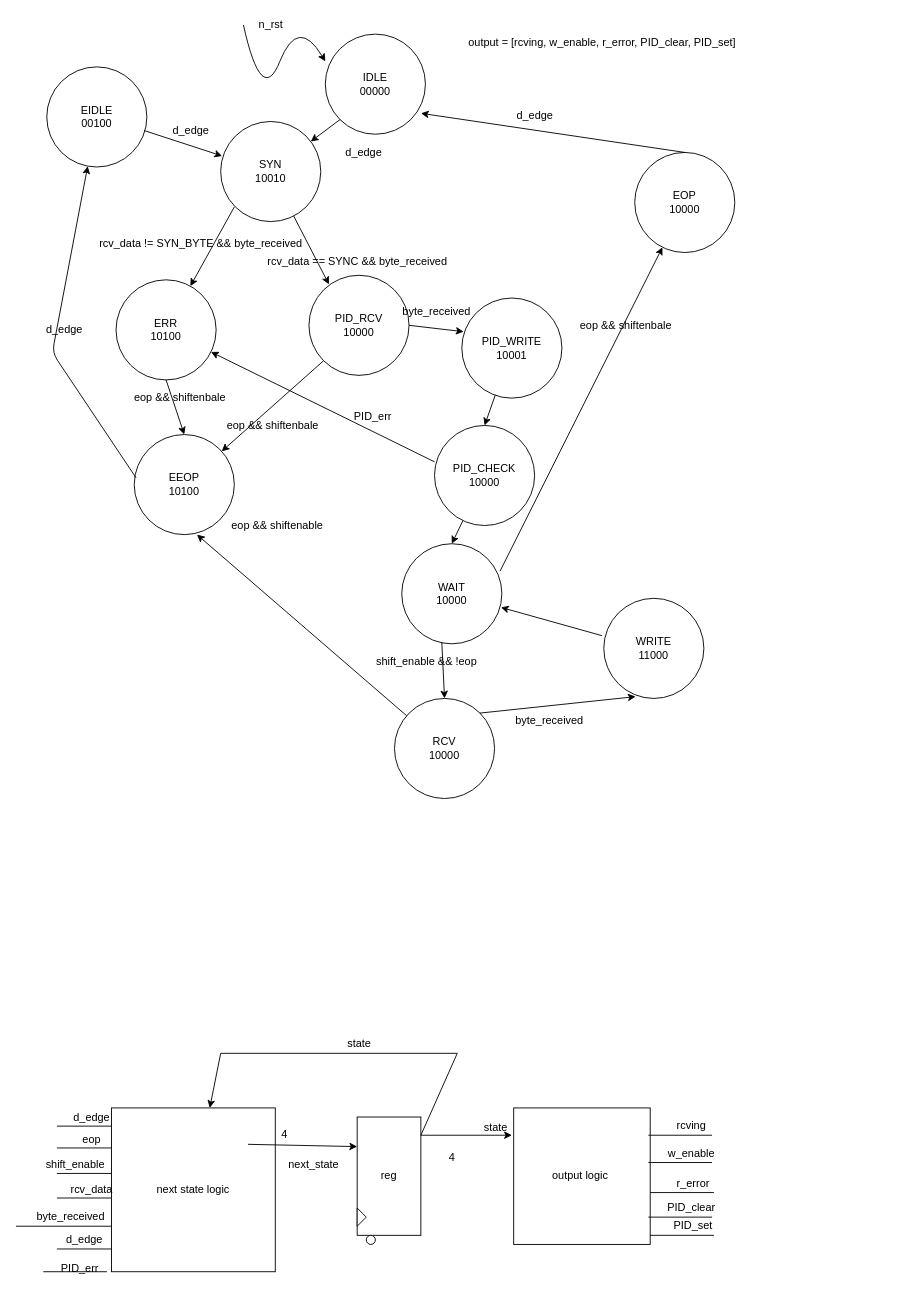
Before: project/docs/RCU_RTL.drawio in Mooyeonkim628/ECE337_ASIC_Design, a draw.io diagram. Source tidied: cells renumbered, new cells numbered last; positions are measured from the earlier drawing's top-left corner, leaving out a move shared by most shapes. Both pictures are drawn from the tidied source at 91%, with x=0, y=0 at pixel (15, 15).
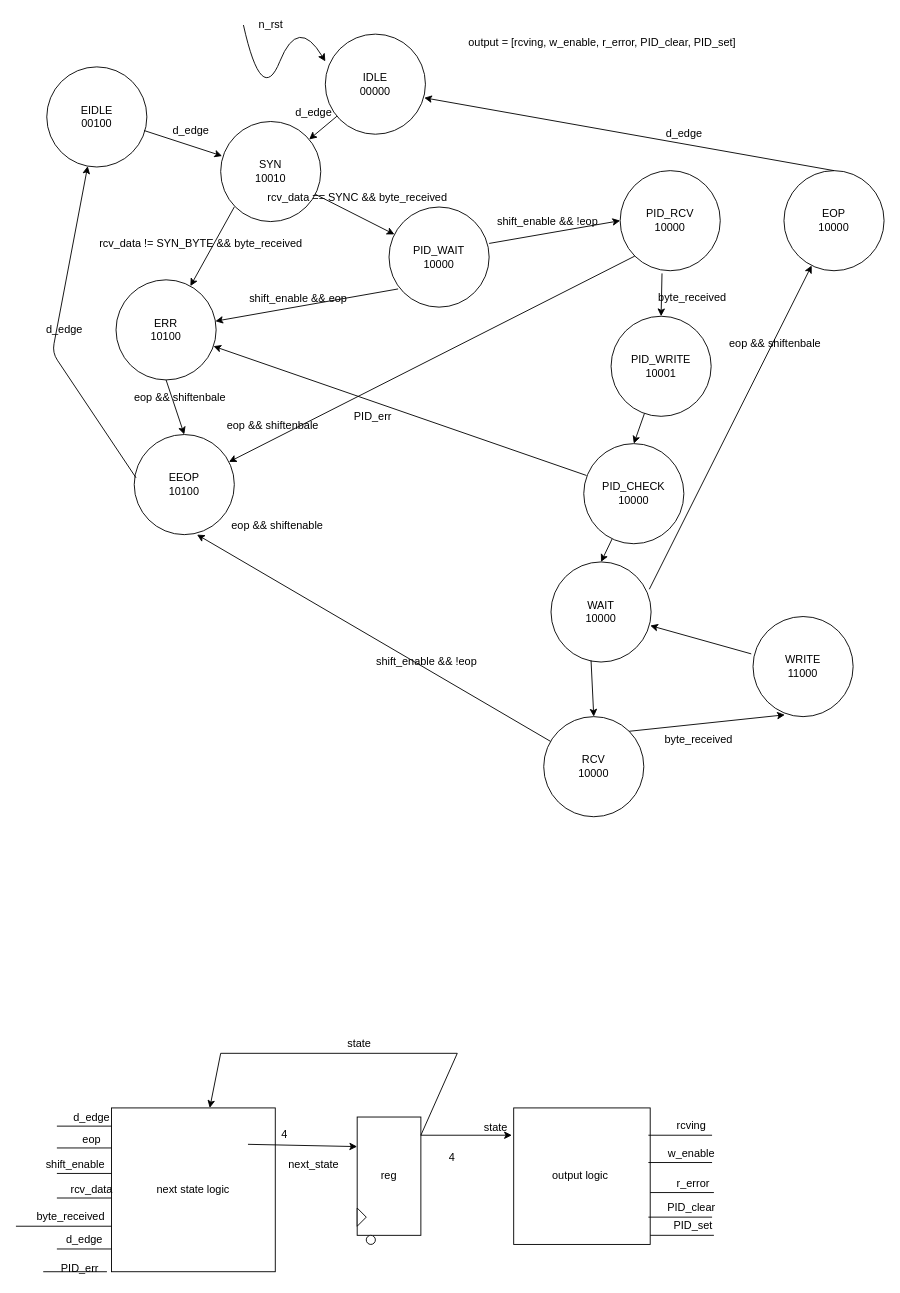
Above is the later version.

Commit message:
modified RTL diagram after debug PID

Unchanged cells that the change refers to:
```xml
<mxCell id="2" value="IDLE&lt;br&gt;00000" style="ellipse;whiteSpace=wrap;html=1;" parent="1" vertex="1">
  <mxGeometry x="340" y="20" width="110" height="110" as="geometry" />
</mxCell>
<mxCell id="4" value="SYN&lt;br&gt;10010" style="ellipse;whiteSpace=wrap;html=1;" parent="1" vertex="1">
  <mxGeometry x="225" y="116" width="110" height="110" as="geometry" />
</mxCell>
<mxCell id="6" value="ERR&lt;br&gt;10100" style="ellipse;whiteSpace=wrap;html=1;" parent="1" vertex="1">
  <mxGeometry x="110" y="290" width="110" height="110" as="geometry" />
</mxCell>
```

The edit, as a diff of the source:
```diff
@@
-    <mxCell id="5" style="endArrow=classic;html=1;exitX=0;exitY=1;exitDx=0;exitDy=0;" parent="1" edge="1" source="2" target="4">
+    <mxCell id="5" style="endArrow=classic;html=1;" parent="1" edge="1" source="2" target="4">
       <mxGeometry relative="1" as="geometry" />
     </mxCell>
@@
-    <mxCell id="7" value="d_edge" style="text;html=1;align=center;verticalAlign=middle;" parent="1" vertex="1">
-      <mxGeometry x="352" y="140" width="60" height="20" as="geometry" />
-    </mxCell>
@@
     <mxCell id="12" value="RCV&lt;br&gt;10000" style="ellipse;whiteSpace=wrap;html=1;" parent="1" vertex="1">
-      <mxGeometry x="416" y="750" width="110" height="110" as="geometry" />
+      <mxGeometry x="580" y="770" width="110" height="110" as="geometry" />
     </mxCell>
@@
-    <mxCell id="15" style="endArrow=classic;html=1;entryX=0.2;entryY=0.091;entryDx=0;entryDy=0;entryPerimeter=0;" parent="1" edge="1" source="4" target="70">
+    <mxCell id="15" style="endArrow=classic;html=1;" parent="1" edge="1" source="4" target="87">
       <mxGeometry relative="1" as="geometry" />
     </mxCell>
     <mxCell id="16" value="WRITE&lt;br&gt;11000" style="ellipse;whiteSpace=wrap;html=1;" parent="1" vertex="1">
-      <mxGeometry x="646" y="640" width="110" height="110" as="geometry" />
+      <mxGeometry x="810" y="660" width="110" height="110" as="geometry" />
     </mxCell>
@@
     <mxCell id="18" value="byte_received" style="text;html=1;align=center;verticalAlign=middle;" parent="1" vertex="1">
-      <mxGeometry x="541" y="765" width="90" height="20" as="geometry" />
+      <mxGeometry x="705" y="785" width="90" height="20" as="geometry" />
     </mxCell>
@@
     <mxCell id="55" value="EOP&lt;br&gt;10000" style="ellipse;whiteSpace=wrap;html=1;" parent="1" vertex="1">
-      <mxGeometry x="680" y="150" width="110" height="110" as="geometry" />
+      <mxGeometry x="844" y="170" width="110" height="110" as="geometry" />
     </mxCell>
-    <mxCell id="56" style="endArrow=classic;html=1;entryX=0.955;entryY=0.791;entryDx=0;entryDy=0;entryPerimeter=0;exitX=0.5;exitY=0;exitDx=0;exitDy=0;" parent="1" edge="1" source="55" target="2">
+    <mxCell id="56" style="endArrow=classic;html=1;entryX=0.988;entryY=0.636;entryDx=0;entryDy=0;entryPerimeter=0;exitX=0.5;exitY=0;exitDx=0;exitDy=0;" parent="1" edge="1" source="55" target="2">
       <mxGeometry relative="1" as="geometry" />
     </mxCell>
     <mxCell id="57" value="d_edge" style="text;html=1;align=center;verticalAlign=middle;" parent="1" vertex="1">
-      <mxGeometry x="540" y="100" width="60" height="20" as="geometry" />
+      <mxGeometry x="704" y="120" width="60" height="20" as="geometry" />
     </mxCell>
@@
     <mxCell id="62" value="rcv_data == SYNC &amp;amp;&amp;amp; byte_received" style="text;html=1;align=center;verticalAlign=middle;" parent="1" vertex="1">
-      <mxGeometry x="270" y="260" width="210" height="20" as="geometry" />
+      <mxGeometry x="270" y="190" width="210" height="20" as="geometry" />
     </mxCell>
@@
     <mxCell id="65" value="WAIT&lt;br&gt;10000" style="ellipse;whiteSpace=wrap;html=1;" parent="1" vertex="1">
-      <mxGeometry x="424" y="580" width="110" height="110" as="geometry" />
+      <mxGeometry x="588" y="600" width="110" height="110" as="geometry" />
     </mxCell>
@@
     <mxCell id="69" value="eop &amp;amp;&amp;amp; shiftenbale" style="text;html=1;align=center;verticalAlign=middle;" parent="1" vertex="1">
-      <mxGeometry x="610" y="330" width="120" height="20" as="geometry" />
+      <mxGeometry x="774" y="350" width="120" height="20" as="geometry" />
     </mxCell>
     <mxCell id="70" value="PID_RCV&lt;br&gt;10000" style="ellipse;whiteSpace=wrap;html=1;" parent="1" vertex="1">
-      <mxGeometry x="322" y="285" width="110" height="110" as="geometry" />
+      <mxGeometry x="664" y="170" width="110" height="110" as="geometry" />
     </mxCell>
     <mxCell id="71" value="PID_WRITE&lt;br&gt;10001" style="ellipse;whiteSpace=wrap;html=1;" parent="1" vertex="1">
-      <mxGeometry x="490" y="310" width="110" height="110" as="geometry" />
+      <mxGeometry x="654" y="330" width="110" height="110" as="geometry" />
     </mxCell>
-    <mxCell id="72" style="endArrow=classic;html=1;entryX=0.018;entryY=0.336;entryDx=0;entryDy=0;exitX=1;exitY=0.5;exitDx=0;exitDy=0;entryPerimeter=0;" parent="1" edge="1" source="70" target="71">
-      <mxGeometry relative="1" as="geometry">
-        <Array as="points">
-          <mxPoint x="492" y="347" />
-        </Array>
-      </mxGeometry>
+    <mxCell id="72" style="endArrow=classic;html=1;entryX=0.5;entryY=0;entryDx=0;entryDy=0;exitX=0.418;exitY=1.027;exitDx=0;exitDy=0;exitPerimeter=0;" parent="1" edge="1" source="70" target="71">
+      <mxGeometry relative="1" as="geometry" />
     </mxCell>
     <mxCell id="73" value="byte_received" style="text;html=1;align=center;verticalAlign=middle;" parent="1" vertex="1">
-      <mxGeometry x="417" y="315" width="90" height="20" as="geometry" />
+      <mxGeometry x="698" y="300" width="90" height="20" as="geometry" />
     </mxCell>
@@
     <mxCell id="77" value="PID_CHECK&lt;br&gt;10000" style="ellipse;whiteSpace=wrap;html=1;" parent="1" vertex="1">
-      <mxGeometry x="460" y="450" width="110" height="110" as="geometry" />
+      <mxGeometry x="624" y="470" width="110" height="110" as="geometry" />
     </mxCell>
@@
-    <mxCell id="79" style="endArrow=classic;html=1;" parent="1" edge="1" target="6">
-      <mxGeometry relative="1" as="geometry">
-        <mxPoint x="460" y="490" as="sourcePoint" />
-      </mxGeometry>
+    <mxCell id="79" style="endArrow=classic;html=1;exitX=0.027;exitY=0.318;exitDx=0;exitDy=0;exitPerimeter=0;" parent="1" edge="1" source="77" target="6">
+      <mxGeometry relative="1" as="geometry" />
     </mxCell>
@@
+    <mxCell id="7" value="d_edge" style="text;html=1;align=center;verticalAlign=middle;" parent="1" vertex="1">
+      <mxGeometry x="297" y="96" width="60" height="20" as="geometry" />
+    </mxCell>
+    <mxCell id="87" value="PID_WAIT&lt;br&gt;10000" style="ellipse;whiteSpace=wrap;html=1;" parent="1" vertex="1">
+      <mxGeometry x="410" y="210" width="110" height="110" as="geometry" />
+    </mxCell>
+    <mxCell id="88" style="endArrow=classic;html=1;entryX=0;entryY=0.5;entryDx=0;entryDy=0;" parent="1" edge="1" target="70">
+      <mxGeometry relative="1" as="geometry">
+        <mxPoint x="520" y="250" as="sourcePoint" />
+      </mxGeometry>
+    </mxCell>
+    <mxCell id="89" value="&lt;div style=&quot;line-height: 18px&quot;&gt;shift_enable &amp;amp;&amp;amp; !eop&lt;/div&gt;" style="text;html=1;align=center;verticalAlign=middle;" parent="1" vertex="1">
+      <mxGeometry x="519" y="215" width="130" height="20" as="geometry" />
+    </mxCell>
+    <mxCell id="90" style="endArrow=classic;html=1;" parent="1" edge="1" target="6">
+      <mxGeometry relative="1" as="geometry">
+        <mxPoint x="420" y="300" as="sourcePoint" />
+      </mxGeometry>
+    </mxCell>
+    <mxCell id="91" value="&lt;div style=&quot;line-height: 18px&quot;&gt;shift_enable &amp;amp;&amp;amp; eop&lt;/div&gt;" style="text;html=1;align=center;verticalAlign=middle;" parent="1" vertex="1">
+      <mxGeometry x="250" y="300" width="120" height="20" as="geometry" />
+    </mxCell>
```
